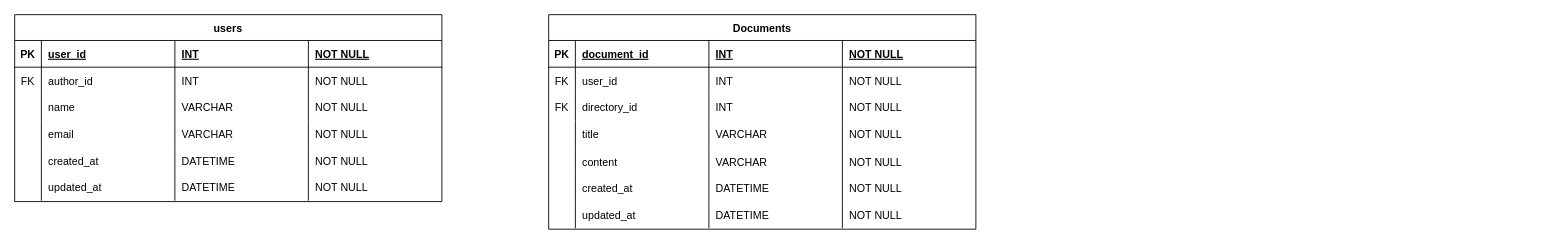
Before: データベース設計/データモデリング/データモデリング3/課題1/課題1.drawio in ISAWASHUN/PrAhaChallenge, a draw.io diagram. Source tidied: cells renumbered, new cells numbered last; positions are measured from the earlier drawing's top-left corner, leaving out a move shared by most shapes. Both pictures are drawn from the tidied source at 89%, with x=0, y=0 at pixel (14, 14).
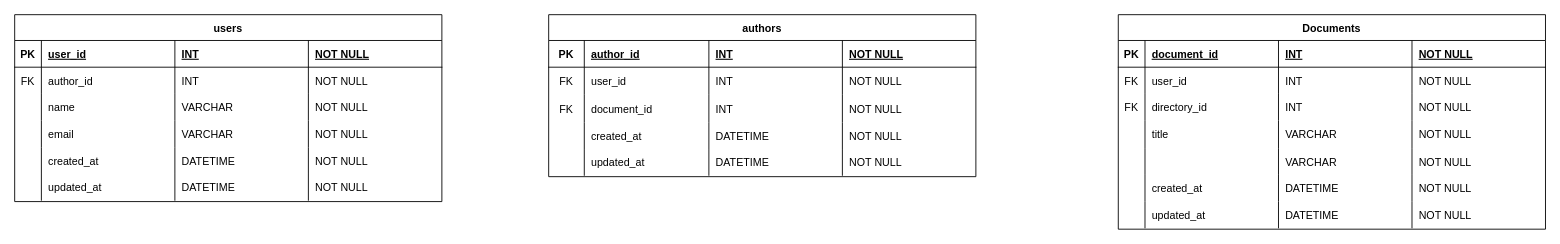
Above is the later version.

Commit message (it also covers changes not shown here):
✨Database Modeling3 document_edits && rolesテーブルの作成

The change refers to these unchanged cells:
```xml
<mxCell id="54" style="shape=tableRow;horizontal=0;startSize=0;swimlaneHead=0;swimlaneBody=0;fillColor=none;top=0;left=0;right=0;bottom=0;" parent="33" vertex="1">
  <mxGeometry y="150" width="480" height="30" as="geometry" />
</mxCell>
```

The edit, as a diff of the source:
```diff
@@
     <mxCell id="33" value="Documents" style="shape=table;startSize=29;childLayout=tableLayout;rowLines=0;fontStyle=1;align=center;strokeColor=#000000;" parent="1" vertex="1">
-      <mxGeometry x="600" width="480" height="241" as="geometry" />
+      <mxGeometry x="1240" width="480" height="241" as="geometry" />
     </mxCell>
@@
-    <mxCell id="56" value="content" style="shape=partialRectangle;fillColor=none;top=0;left=0;bottom=0;right=0;align=left;spacingLeft=6;overflow=hidden;fontColor=#000000;" parent="54" vertex="1">
+    <mxCell id="56" style="shape=partialRectangle;fillColor=none;top=0;left=0;bottom=0;right=0;align=left;spacingLeft=6;overflow=hidden;fontColor=#000000;" parent="54" vertex="1">
       <mxGeometry x="30" width="150" height="30" as="geometry" />
     </mxCell>
@@
+    <mxCell id="69" value="authors" style="shape=table;startSize=29;childLayout=tableLayout;rowLines=0;fontStyle=1;align=center;strokeColor=#000000;" parent="1" vertex="1">
+      <mxGeometry x="600" width="480" height="182" as="geometry" />
+    </mxCell>
+    <mxCell id="70" style="shape=tableRow;horizontal=0;startSize=0;swimlaneHead=0;swimlaneBody=0;fillColor=none;top=0;left=0;right=0;bottom=1;" parent="69" vertex="1">
+      <mxGeometry y="29" width="480" height="30" as="geometry" />
+    </mxCell>
+    <mxCell id="71" value="PK" style="shape=partialRectangle;fillColor=none;top=0;left=0;bottom=0;right=0;fontStyle=1;overflow=hidden;fontColor=#000000;" parent="70" vertex="1">
+      <mxGeometry width="40" height="30" as="geometry" />
+    </mxCell>
+    <mxCell id="72" value="author_id" style="shape=partialRectangle;fillColor=none;top=0;left=0;bottom=0;right=0;align=left;spacingLeft=6;fontStyle=5;overflow=hidden;fontColor=#000000;" parent="70" vertex="1">
+      <mxGeometry x="40" width="140" height="30" as="geometry" />
+    </mxCell>
+    <mxCell id="73" value="INT" style="shape=partialRectangle;fillColor=none;top=0;left=0;bottom=0;right=0;align=left;spacingLeft=6;fontStyle=5;overflow=hidden;fontColor=#000000;" parent="70" vertex="1">
+      <mxGeometry x="180" width="150" height="30" as="geometry" />
+    </mxCell>
+    <mxCell id="74" value="NOT NULL" style="shape=partialRectangle;fillColor=none;top=0;left=0;bottom=0;right=0;align=left;spacingLeft=6;fontStyle=5;overflow=hidden;fontColor=#000000;" parent="70" vertex="1">
+      <mxGeometry x="330" width="150" height="30" as="geometry" />
+    </mxCell>
+    <mxCell id="75" style="shape=tableRow;horizontal=0;startSize=0;swimlaneHead=0;swimlaneBody=0;fillColor=none;top=0;left=0;right=0;bottom=0;" parent="69" vertex="1">
+      <mxGeometry y="59" width="480" height="31" as="geometry" />
+    </mxCell>
+    <mxCell id="76" value="FK" style="shape=partialRectangle;fillColor=none;top=0;left=0;bottom=0;right=0;overflow=hidden;fontColor=#000000;" parent="75" vertex="1">
+      <mxGeometry width="40" height="31" as="geometry" />
+    </mxCell>
+    <mxCell id="77" value="user_id" style="shape=partialRectangle;fillColor=none;top=0;left=0;bottom=0;right=0;align=left;spacingLeft=6;overflow=hidden;fontColor=#000000;" parent="75" vertex="1">
+      <mxGeometry x="40" width="140" height="31" as="geometry" />
+    </mxCell>
+    <mxCell id="78" value="INT" style="shape=partialRectangle;fillColor=none;top=0;left=0;bottom=0;right=0;align=left;spacingLeft=6;overflow=hidden;fontColor=#000000;" parent="75" vertex="1">
+      <mxGeometry x="180" width="150" height="31" as="geometry" />
+    </mxCell>
+    <mxCell id="79" value="NOT NULL" style="shape=partialRectangle;fillColor=none;top=0;left=0;bottom=0;right=0;align=left;spacingLeft=6;overflow=hidden;fontColor=#000000;" parent="75" vertex="1">
+      <mxGeometry x="330" width="150" height="31" as="geometry" />
+    </mxCell>
+    <mxCell id="80" style="shape=tableRow;horizontal=0;startSize=0;swimlaneHead=0;swimlaneBody=0;fillColor=none;top=0;left=0;right=0;bottom=0;" parent="69" vertex="1">
+      <mxGeometry y="90" width="480" height="31" as="geometry" />
+    </mxCell>
+    <mxCell id="81" value="FK" style="shape=partialRectangle;fillColor=none;top=0;left=0;bottom=0;right=0;overflow=hidden;fontColor=#000000;" parent="80" vertex="1">
+      <mxGeometry width="40" height="31" as="geometry" />
+    </mxCell>
+    <mxCell id="82" value="document_id" style="shape=partialRectangle;fillColor=none;top=0;left=0;bottom=0;right=0;align=left;spacingLeft=6;overflow=hidden;fontColor=#000000;" parent="80" vertex="1">
+      <mxGeometry x="40" width="140" height="31" as="geometry" />
+    </mxCell>
+    <mxCell id="83" value="INT" style="shape=partialRectangle;fillColor=none;top=0;left=0;bottom=0;right=0;align=left;spacingLeft=6;overflow=hidden;fontColor=#000000;" parent="80" vertex="1">
+      <mxGeometry x="180" width="150" height="31" as="geometry" />
+    </mxCell>
+    <mxCell id="84" value="NOT NULL" style="shape=partialRectangle;fillColor=none;top=0;left=0;bottom=0;right=0;align=left;spacingLeft=6;overflow=hidden;fontColor=#000000;" parent="80" vertex="1">
+      <mxGeometry x="330" width="150" height="31" as="geometry" />
+    </mxCell>
+    <mxCell id="85" style="shape=tableRow;horizontal=0;startSize=0;swimlaneHead=0;swimlaneBody=0;fillColor=none;top=0;left=0;right=0;bottom=0;" parent="69" vertex="1">
+      <mxGeometry y="121" width="480" height="30" as="geometry" />
+    </mxCell>
+    <mxCell id="86" style="shape=partialRectangle;fillColor=none;top=0;left=0;bottom=0;right=0;overflow=hidden;" parent="85" vertex="1">
+      <mxGeometry width="40" height="30" as="geometry" />
+    </mxCell>
+    <mxCell id="87" value="created_at" style="shape=partialRectangle;fillColor=none;top=0;left=0;bottom=0;right=0;align=left;spacingLeft=6;overflow=hidden;fontColor=#000000;" parent="85" vertex="1">
+      <mxGeometry x="40" width="140" height="30" as="geometry" />
+    </mxCell>
+    <mxCell id="88" value="DATETIME" style="shape=partialRectangle;fillColor=none;top=0;left=0;bottom=0;right=0;align=left;spacingLeft=6;overflow=hidden;fontColor=#000000;" parent="85" vertex="1">
+      <mxGeometry x="180" width="150" height="30" as="geometry" />
+    </mxCell>
+    <mxCell id="89" value="NOT NULL" style="shape=partialRectangle;fillColor=none;top=0;left=0;bottom=0;right=0;align=left;spacingLeft=6;overflow=hidden;fontColor=#000000;" parent="85" vertex="1">
+      <mxGeometry x="330" width="150" height="30" as="geometry" />
+    </mxCell>
+    <mxCell id="90" style="shape=tableRow;horizontal=0;startSize=0;swimlaneHead=0;swimlaneBody=0;fillColor=none;top=0;left=0;right=0;bottom=0;" parent="69" vertex="1">
+      <mxGeometry y="151" width="480" height="30" as="geometry" />
+    </mxCell>
+    <mxCell id="91" style="shape=partialRectangle;fillColor=none;top=0;left=0;bottom=0;right=0;overflow=hidden;" parent="90" vertex="1">
+      <mxGeometry width="40" height="30" as="geometry" />
+    </mxCell>
+    <mxCell id="92" value="updated_at" style="shape=partialRectangle;fillColor=none;top=0;left=0;bottom=0;right=0;align=left;spacingLeft=6;overflow=hidden;fontColor=#000000;" parent="90" vertex="1">
+      <mxGeometry x="40" width="140" height="30" as="geometry" />
+    </mxCell>
+    <mxCell id="93" value="DATETIME" style="shape=partialRectangle;fillColor=none;top=0;left=0;bottom=0;right=0;align=left;spacingLeft=6;overflow=hidden;fontColor=#000000;" parent="90" vertex="1">
+      <mxGeometry x="180" width="150" height="30" as="geometry" />
+    </mxCell>
+    <mxCell id="94" value="NOT NULL" style="shape=partialRectangle;fillColor=none;top=0;left=0;bottom=0;right=0;align=left;spacingLeft=6;overflow=hidden;fontColor=#000000;" parent="90" vertex="1">
+      <mxGeometry x="330" width="150" height="30" as="geometry" />
+    </mxCell>
```
